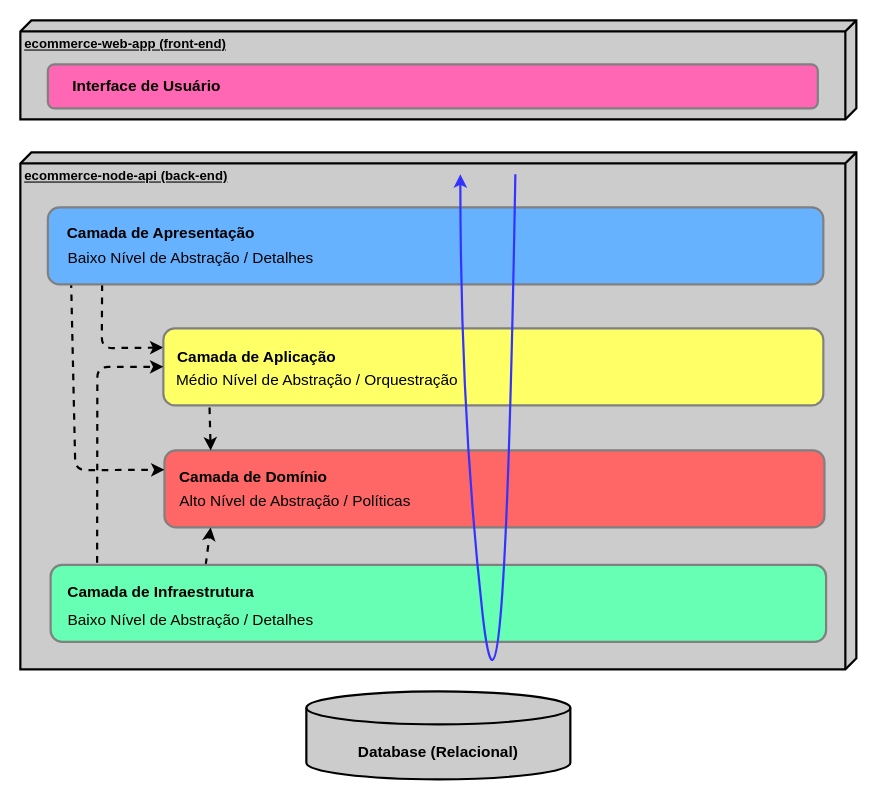
Before: page "Arquitetura em Camadas" (1 of 2) of requirements/ecommerce-arquitetura.drawio in diegoarmandoo/ecommerce-node-api, a draw.io diagram. Source tidied: cells renumbered, new cells numbered last; positions are measured from the earlier drawing's top-left corner, leaving out a move shared by most shapes. Both pictures are drawn from the tidied source at 110%, with x=0, y=0 at pixel (20, 20).
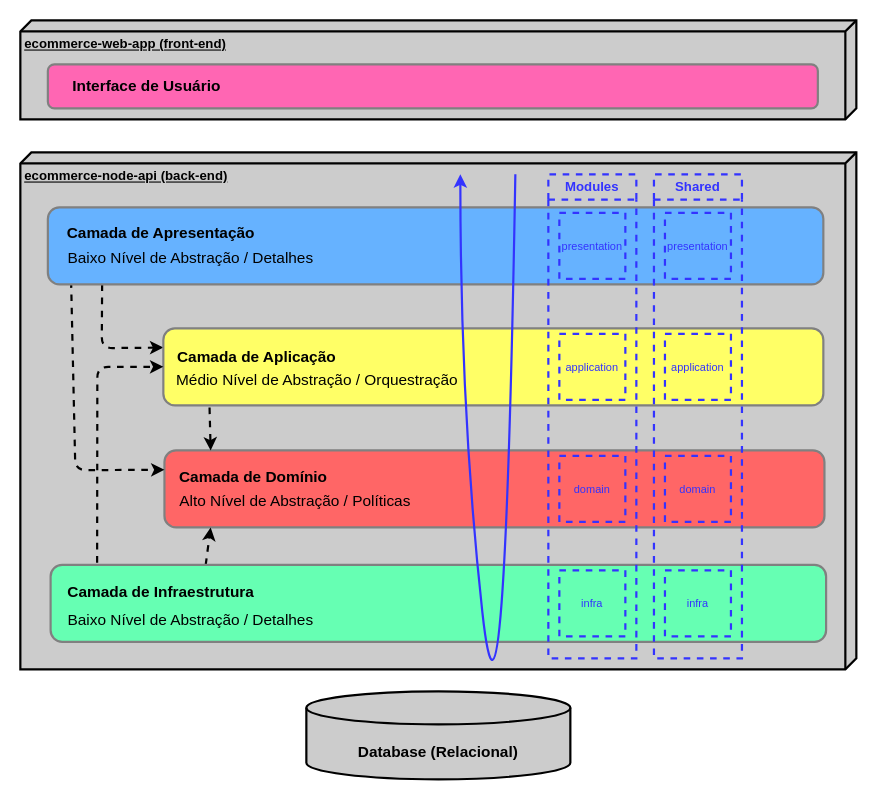
The same page after the edit.

Change to the diagram source:
```diff
@@
+    <mxCell id="27" value="Modules" style="swimlane;whiteSpace=wrap;html=1;startSize=23;fillColor=none;fontColor=#3333FF;strokeColor=#3333FF;dashed=1;strokeWidth=2;" parent="1" vertex="1">
+      <mxGeometry x="480" y="140" width="80" height="440" as="geometry" />
+    </mxCell>
+    <mxCell id="28" value="domain" style="rounded=0;whiteSpace=wrap;html=1;dashed=1;strokeColor=#3333FF;strokeWidth=2;fontColor=#3333FF;fillColor=none;fontSize=10;" parent="27" vertex="1">
+      <mxGeometry x="10" y="256" width="60" height="60" as="geometry" />
+    </mxCell>
+    <mxCell id="29" value="application" style="rounded=0;whiteSpace=wrap;html=1;dashed=1;strokeColor=#3333FF;strokeWidth=2;fontColor=#3333FF;fillColor=none;fontSize=10;" parent="27" vertex="1">
+      <mxGeometry x="10" y="145" width="60" height="60" as="geometry" />
+    </mxCell>
+    <mxCell id="30" value="presentation" style="rounded=0;whiteSpace=wrap;html=1;dashed=1;strokeColor=#3333FF;strokeWidth=2;fontColor=#3333FF;fillColor=none;fontSize=10;" parent="27" vertex="1">
+      <mxGeometry x="10" y="35" width="60" height="60" as="geometry" />
+    </mxCell>
+    <mxCell id="31" value="infra" style="rounded=0;whiteSpace=wrap;html=1;dashed=1;strokeColor=#3333FF;strokeWidth=2;fontColor=#3333FF;fillColor=none;fontSize=10;" parent="27" vertex="1">
+      <mxGeometry x="10" y="360" width="60" height="60" as="geometry" />
+    </mxCell>
+    <mxCell id="32" value="Shared" style="swimlane;whiteSpace=wrap;html=1;startSize=23;fillColor=none;fontColor=#3333FF;strokeColor=#3333FF;dashed=1;strokeWidth=2;" parent="1" vertex="1">
+      <mxGeometry x="576" y="140" width="80" height="440" as="geometry" />
+    </mxCell>
+    <mxCell id="33" value="domain" style="rounded=0;whiteSpace=wrap;html=1;dashed=1;strokeColor=#3333FF;strokeWidth=2;fontColor=#3333FF;fillColor=none;fontSize=10;" parent="32" vertex="1">
+      <mxGeometry x="10" y="256" width="60" height="60" as="geometry" />
+    </mxCell>
+    <mxCell id="34" value="application" style="rounded=0;whiteSpace=wrap;html=1;dashed=1;strokeColor=#3333FF;strokeWidth=2;fontColor=#3333FF;fillColor=none;fontSize=10;" parent="32" vertex="1">
+      <mxGeometry x="10" y="145" width="60" height="60" as="geometry" />
+    </mxCell>
+    <mxCell id="35" value="presentation" style="rounded=0;whiteSpace=wrap;html=1;dashed=1;strokeColor=#3333FF;strokeWidth=2;fontColor=#3333FF;fillColor=none;fontSize=10;" parent="32" vertex="1">
+      <mxGeometry x="10" y="35" width="60" height="60" as="geometry" />
+    </mxCell>
+    <mxCell id="36" value="infra" style="rounded=0;whiteSpace=wrap;html=1;dashed=1;strokeColor=#3333FF;strokeWidth=2;fontColor=#3333FF;fillColor=none;fontSize=10;" parent="32" vertex="1">
+      <mxGeometry x="10" y="360" width="60" height="60" as="geometry" />
+    </mxCell>
```
